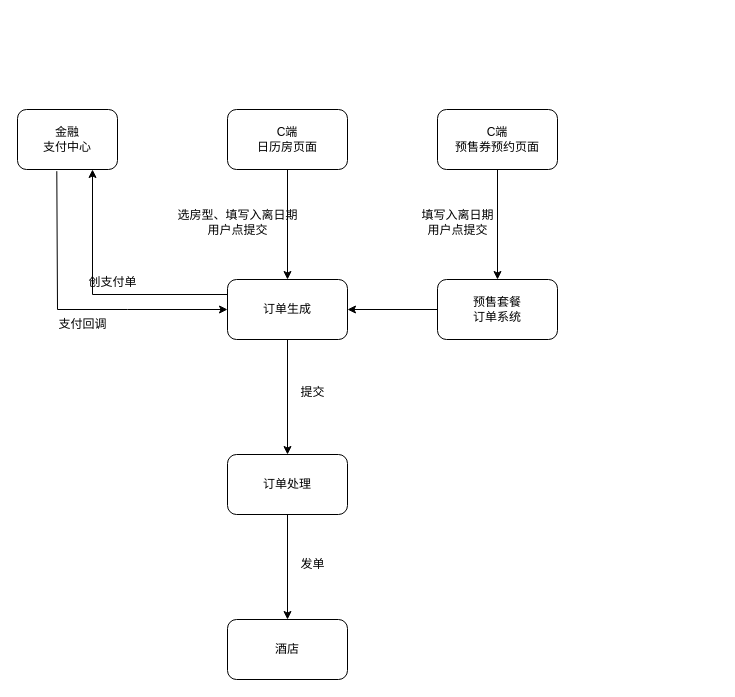
Before: src/main/resources/预售券预约流程.drawio in umgsai/wx-backend, a draw.io diagram. Source tidied: cells renumbered, new cells numbered last; positions are measured from the earlier drawing's top-left corner, leaving out a move shared by most shapes. Both pictures are drawn from the tidied source at 100%, with x=0, y=0 at pixel (17, 109).
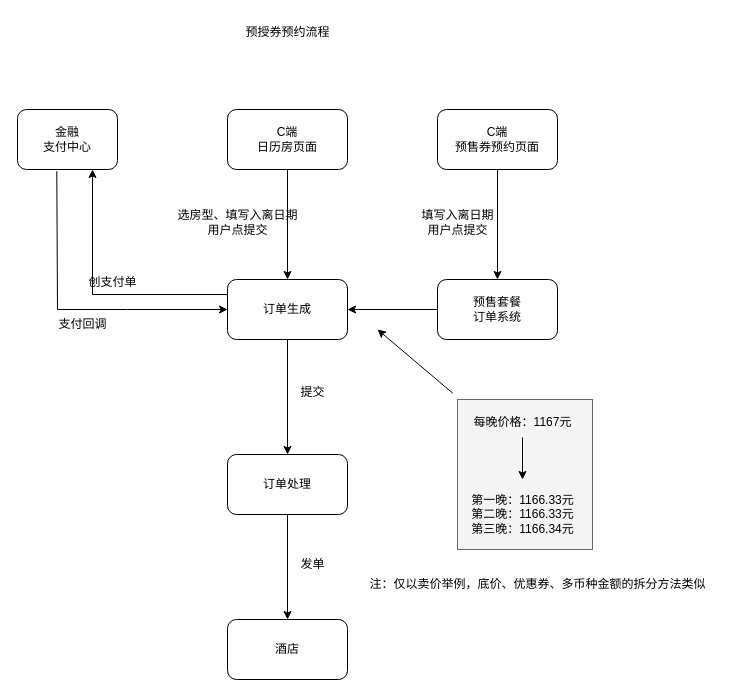
Above is the later version.

Commit message:
更新预售券预约流程.drawio

Change to the diagram source:
```diff
@@
+    <mxCell id="22" value="预授券预约流程" style="text;html=1;align=center;verticalAlign=middle;strokeColor=none;fillColor=none;" parent="1" vertex="1">
+      <mxGeometry x="215" y="-92" width="110" height="30" as="geometry" />
+    </mxCell>
+    <mxCell id="23" style="rounded=0;whiteSpace=wrap;html=1;fillColor=#f5f5f5;fontColor=#333333;strokeColor=#666666;textOpacity=30;" parent="1" vertex="1">
+      <mxGeometry x="440" y="290" width="135" height="150" as="geometry" />
+    </mxCell>
+    <mxCell id="24" value="每晚价格：1167元" style="text;html=1;align=center;verticalAlign=middle;points=[];strokeColor=none;fillColor=none;" parent="1" vertex="1">
+      <mxGeometry x="445" y="298" width="120" height="30" as="geometry" />
+    </mxCell>
+    <mxCell id="25" value="第一晚：1166.33元&lt;div&gt;第二晚：1166.33元&lt;/div&gt;&lt;div&gt;第三晚：1166.34元&lt;/div&gt;" style="text;html=1;align=center;verticalAlign=middle;strokeColor=none;fillColor=none;" parent="1" vertex="1">
+      <mxGeometry x="440" y="375" width="130" height="60" as="geometry" />
+    </mxCell>
+    <mxCell id="26" style="endArrow=classic;html=1;rounded=0;" parent="1" edge="1" source="24">
+      <mxGeometry relative="1" as="geometry">
+        <mxPoint x="505" y="370" as="targetPoint" />
+      </mxGeometry>
+    </mxCell>
+    <mxCell id="27" style="endArrow=classic;html=1;rounded=0;exitX=-0.035;exitY=-0.042;exitDx=0;exitDy=0;exitPerimeter=0;" parent="1" edge="1" source="23">
+      <mxGeometry relative="1" as="geometry">
+        <mxPoint x="360" y="220" as="targetPoint" />
+      </mxGeometry>
+    </mxCell>
+    <mxCell id="28" value="注：仅以卖价举例，底价、优惠券、多币种金额的拆分方法类似" style="text;html=1;align=center;verticalAlign=middle;strokeColor=none;fillColor=none;" parent="1" vertex="1">
+      <mxGeometry x="340" y="460" width="360" height="30" as="geometry" />
+    </mxCell>
```
